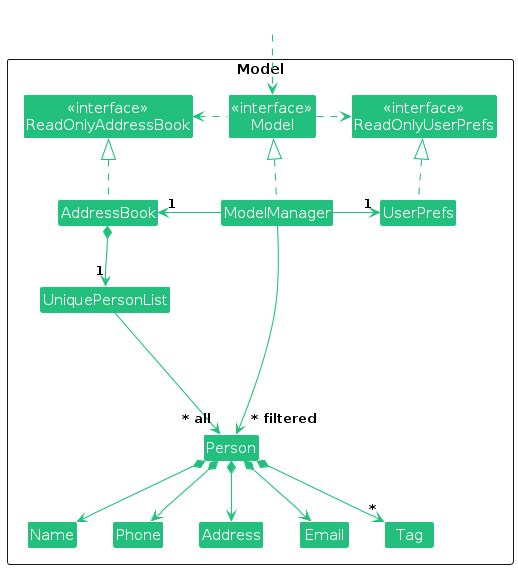
Above: diagrams/ModelClassDiagram.png in ananyaj1515/tp (PlantUML), before the change. Its source is kept beside it as diagrams/ModelClassDiagram.puml. The source it was exported from:
```plantuml
@startuml
!include style.puml
skinparam arrowThickness 1.1
skinparam arrowColor MODEL_COLOR
skinparam classBackgroundColor MODEL_COLOR

Package Model as ModelPackage <<Rectangle>>{
Class "<<interface>>\nReadOnlyAddressBook" as ReadOnlyAddressBook
Class "<<interface>>\nReadOnlyUserPrefs" as ReadOnlyUserPrefs
Class "<<interface>>\nModel" as Model
Class AddressBook
Class ModelManager
Class UserPrefs

Class UniquePersonList
Class Person
Class Address
Class Email
Class Name
Class Phone
Class Tag

Class I #FFFFFF
}

Class HiddenOutside #FFFFFF
HiddenOutside ..> Model

AddressBook .up.|> ReadOnlyAddressBook

ModelManager .up.|> Model
Model .right.> ReadOnlyUserPrefs
Model .left.> ReadOnlyAddressBook
ModelManager -left-> "1" AddressBook
ModelManager -right-> "1" UserPrefs
UserPrefs .up.|> ReadOnlyUserPrefs

AddressBook *--> "1" UniquePersonList
UniquePersonList --> "~* all" Person
Person *--> Name
Person *--> Phone
Person *--> Email
Person *--> Address
Person *--> "*" Tag

Person -[hidden]up--> I
UniquePersonList -[hidden]right-> I

Name -[hidden]right-> Phone
Phone -[hidden]right-> Address
Address -[hidden]right-> Email

ModelManager --> "~* filtered" Person
@enduml
```
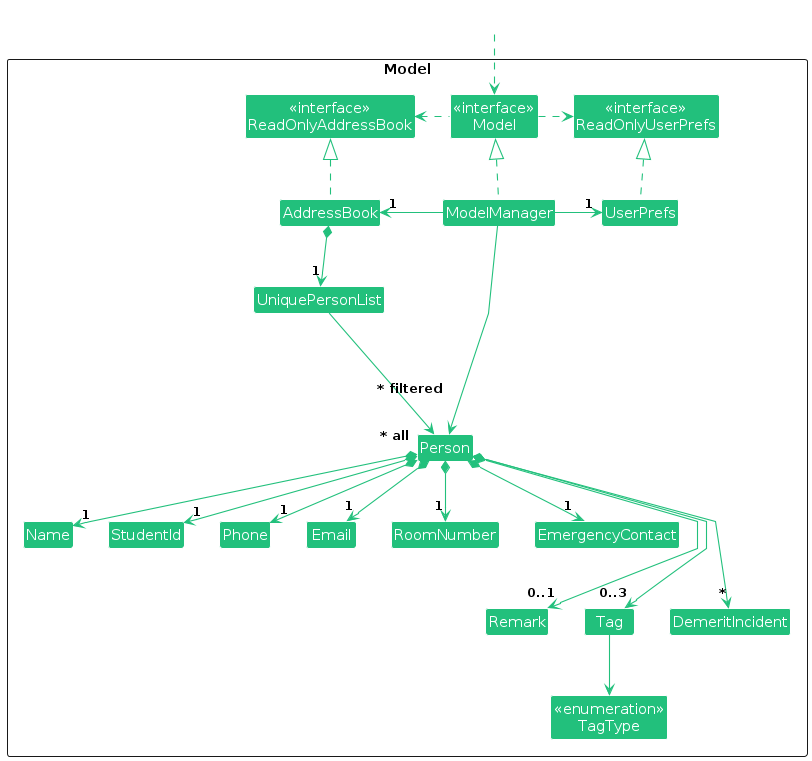
After the commit.

Diff of the diagram source:
```diff
@@ -3,22 +3,29 @@
 skinparam arrowThickness 1.1
 skinparam arrowColor MODEL_COLOR
 skinparam classBackgroundColor MODEL_COLOR
+skinparam linetype polyline
 
 Package Model as ModelPackage <<Rectangle>>{
 Class "<<interface>>\nReadOnlyAddressBook" as ReadOnlyAddressBook
 Class "<<interface>>\nReadOnlyUserPrefs" as ReadOnlyUserPrefs
 Class "<<interface>>\nModel" as Model
+Class "<<enumeration>>\nTagType" as TagType
 Class AddressBook
 Class ModelManager
 Class UserPrefs
 
 Class UniquePersonList
 Class Person
-Class Address
 Class Email
+Class EmergencyContact
 Class Name
 Class Phone
+Class Remark
+Class RoomNumber
+Class StudentId
 Class Tag
+Class Remark
+Class DemeritIncident
 
 Class I #FFFFFF
 }
@@ -37,18 +44,29 @@
 
 AddressBook *--> "1" UniquePersonList
 UniquePersonList --> "~* all" Person
-Person *--> Name
-Person *--> Phone
-Person *--> Email
-Person *--> Address
-Person *--> "*" Tag
+Person *--> "1" Name
+Person *--> "1" StudentId
+Person *--> "1" Phone
+Person *--> "1" Email
+Person *--> "1" RoomNumber
+Person *--> "1" EmergencyContact
+Person *--> "0..1" Remark
+Person *--> "0..3" Tag
+Person *--> "*" DemeritIncident
+Tag --> TagType
 
 Person -[hidden]up--> I
 UniquePersonList -[hidden]right-> I
 
-Name -[hidden]right-> Phone
-Phone -[hidden]right-> Address
-Address -[hidden]right-> Email
+Name -[hidden]right-> StudentId
+StudentId -[hidden]right-> Phone
+Phone -[hidden]right-> Email
+Email -[hidden]right-> RoomNumber
+RoomNumber -[hidden]right-> EmergencyContact
 
-ModelManager --> "~* filtered" Person
+EmergencyContact -[hidden]down-> Remark
+Remark -[hidden]right-> Tag
+Tag -[hidden]right-> DemeritIncident
+
+ModelManager --> "~* filtered\n\n" Person
 @enduml
```
